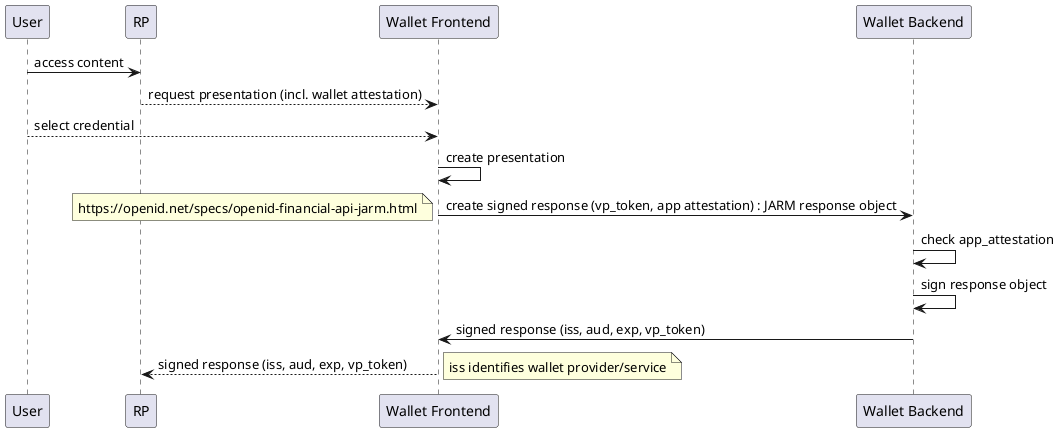
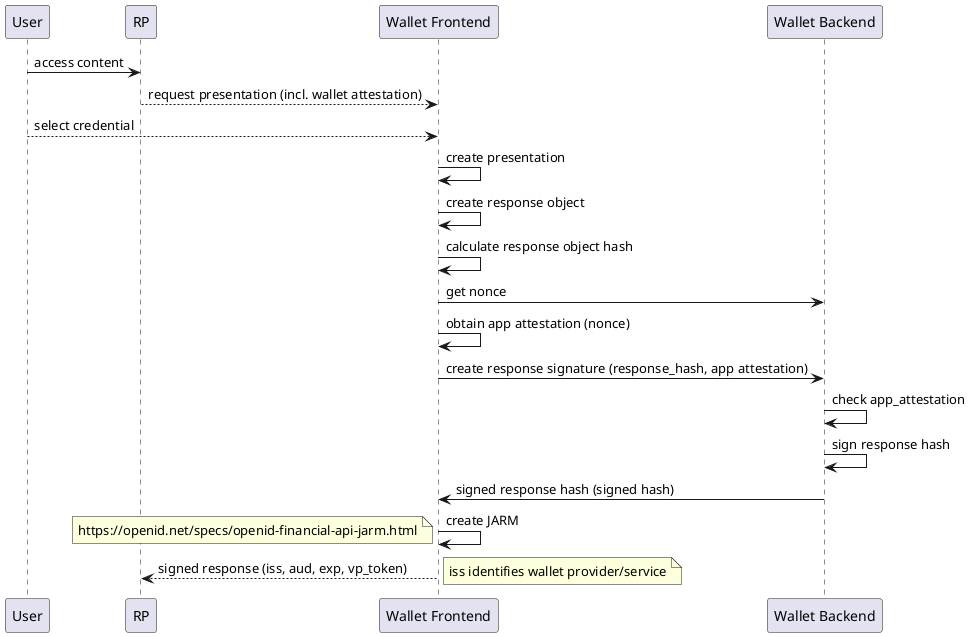
@startuml
participant User as u
participant RP as r
participant "Wallet Frontend" as w
participant "Wallet Backend" as b

u -> r : access content
r --> w: request presentation (incl. wallet attestation)
u --> w : select credential
w -> w : create presentation
- w -> b : create signed response (vp_token, app attestation) : JARM response object
+ w -> w : create response object
+ w -> w : calculate response object hash
+ w -> b : get nonce
+ w -> w : obtain app attestation (nonce)
+ w -> b : create response signature (response_hash, app attestation)
+ b -> b : check app_attestation
+ b -> b : sign response hash
+ b -> w : signed response hash (signed hash)
+ w -> w : create JARM
note left: https://openid.net/specs/openid-financial-api-jarm.html
- b -> b : check app_attestation
- b -> b : sign response object
- b -> w : signed response (iss, aud, exp, vp_token)
w --> r : signed response (iss, aud, exp, vp_token)
note right: iss identifies wallet provider/service

@enduml